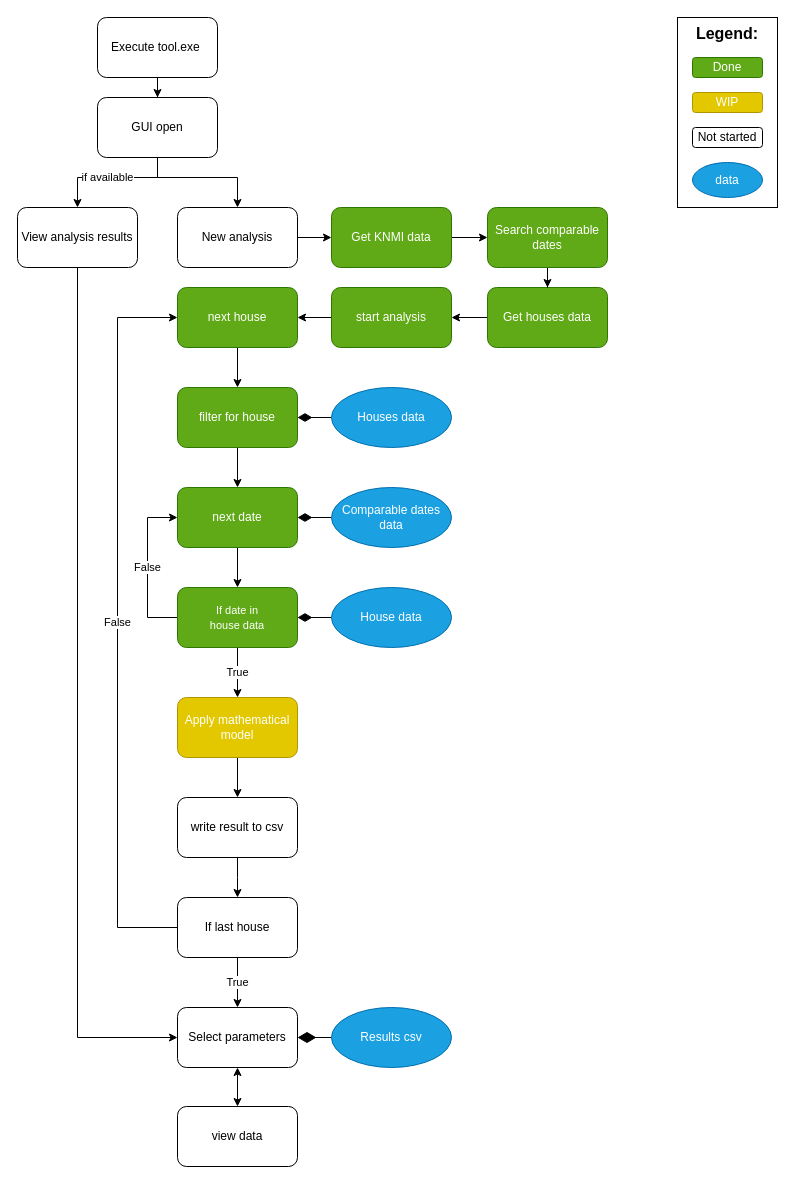
Before: tool flowchart.drawio in Luko-14/tool, a draw.io diagram. Source tidied: cells renumbered, new cells numbered last; positions are measured from the earlier drawing's top-left corner, leaving out a move shared by most shapes. Both pictures are drawn from the tidied source at 100%, with x=0, y=0 at pixel (17, 17).
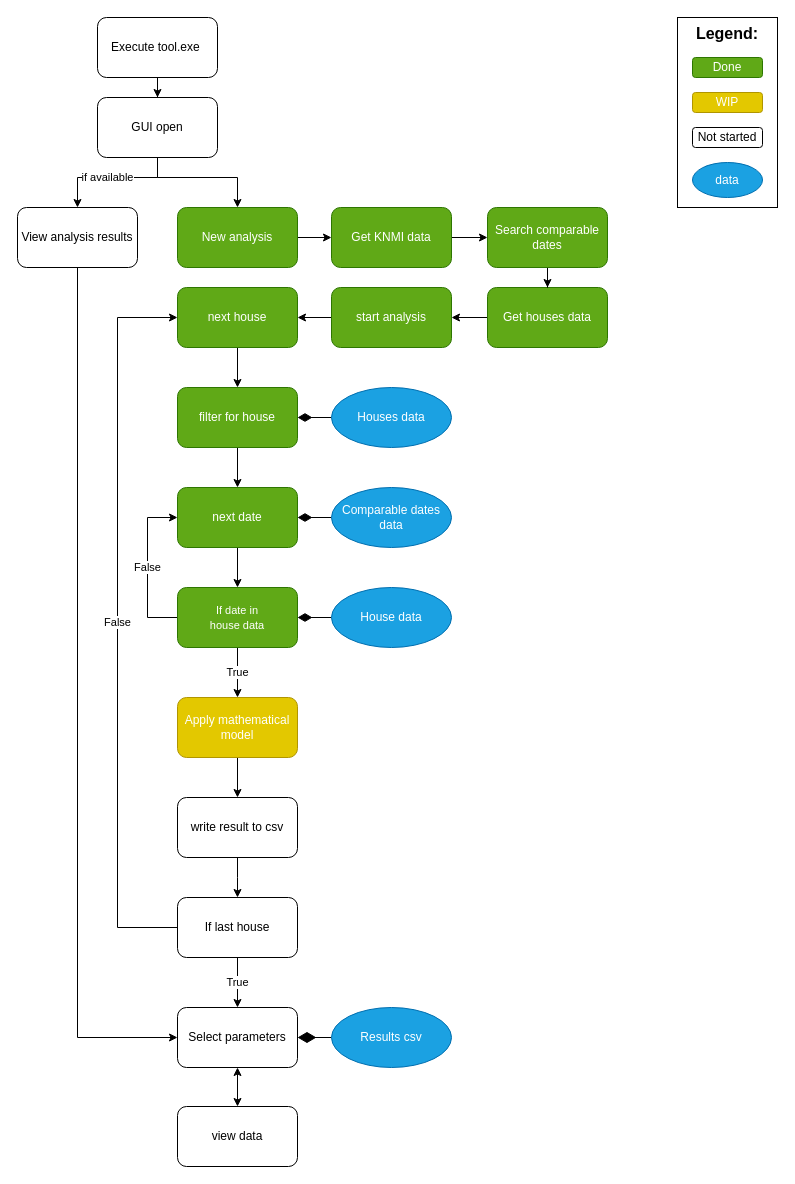
After the change.

Change to the diagram source:
```diff
@@
-    <mxCell id="15" value="New analysis" style="rounded=1;whiteSpace=wrap;html=1;" parent="1" vertex="1">
+    <mxCell id="15" value="New analysis" style="rounded=1;whiteSpace=wrap;html=1;fillColor=#60a917;strokeColor=#2D7600;fontColor=#ffffff;" parent="1" vertex="1">
       <mxGeometry x="160" y="190" width="120" height="60" as="geometry" />
     </mxCell>
```
